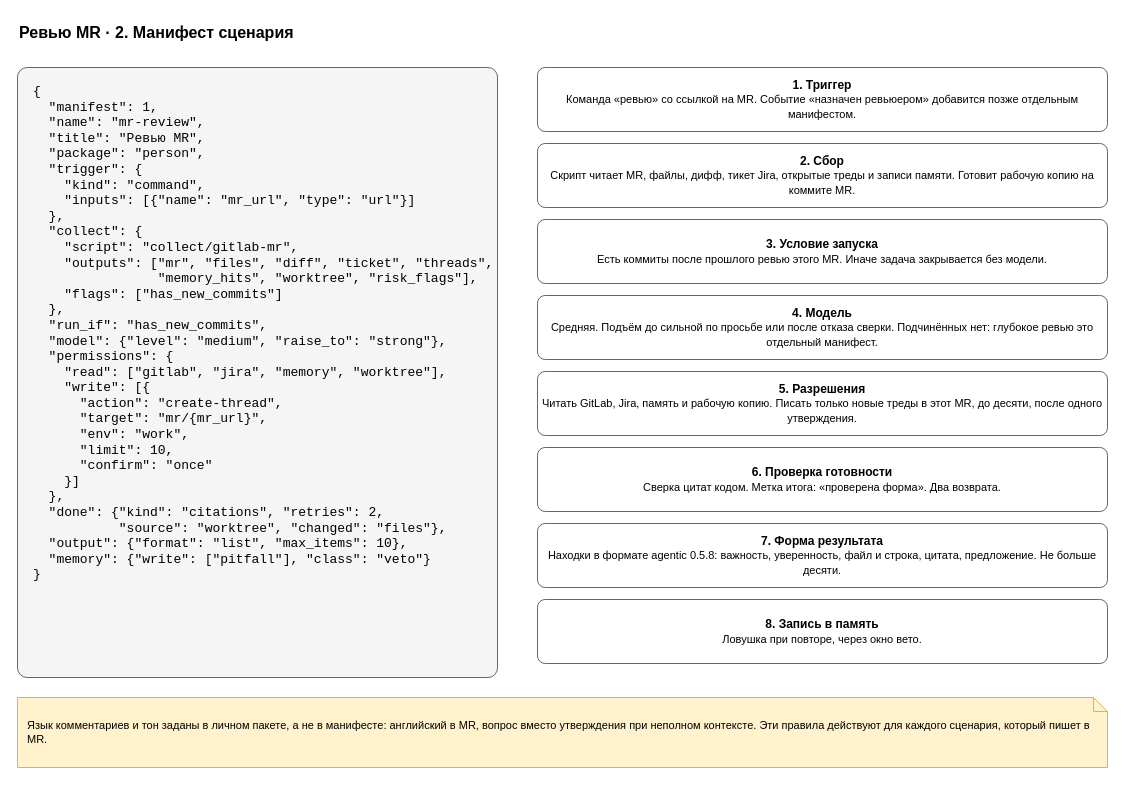
Above: page "2. Манифест" (2 of 7) of docs/spec/harness-instance-mr-review.drawio in roygkov/reins (draw.io), before the change. Source tidied: cells renumbered, new cells numbered last; positions are measured from the earlier drawing's top-left corner, leaving out a move shared by most shapes. Both pictures are drawn from the tidied source at 100%, with x=0, y=0 at pixel (17, 17).
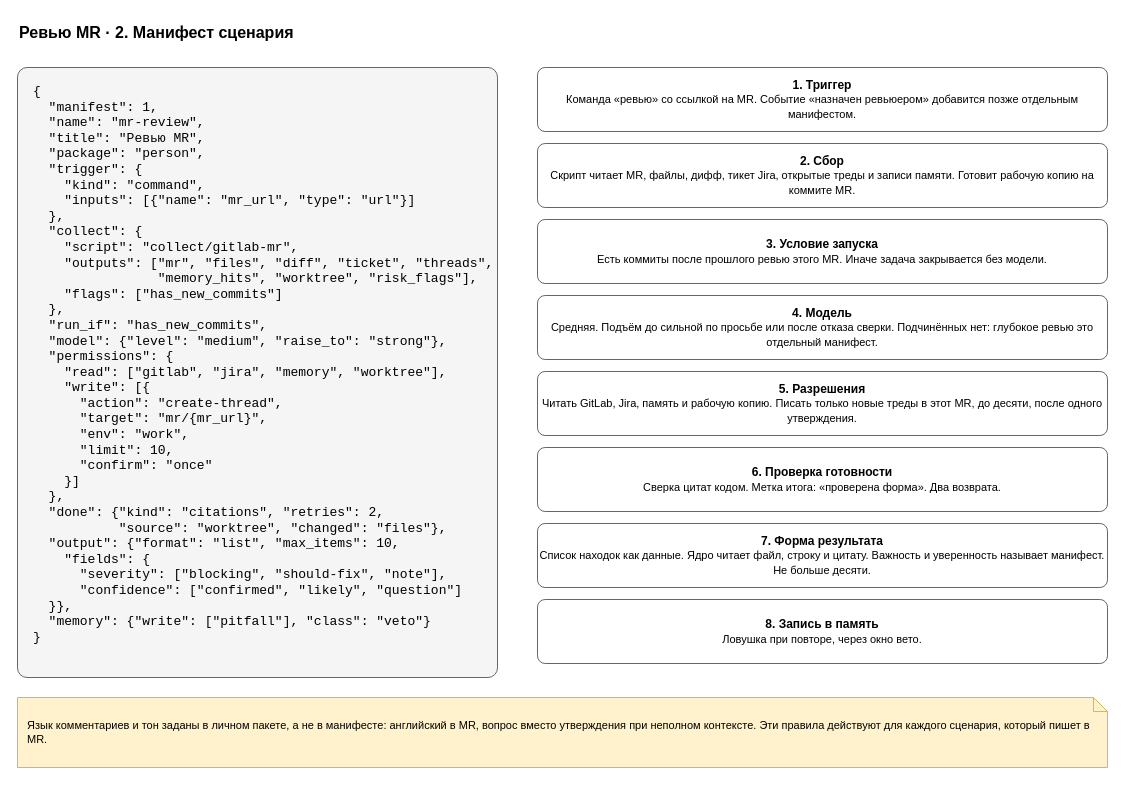
Above is the later version.

What changed in the source:
```diff
@@
 <mxGraphModel>
   <root>
     <mxCell id="0" />
     <mxCell id="1" parent="0" />
     <mxCell id="2" value="Ревью MR · 2. Манифест сценария" style="text;html=1;align=left;verticalAlign=middle;whiteSpace=wrap;fontSize=16;strokeColor=none;fillColor=none;fontStyle=1;" parent="1" vertex="1">
       <mxGeometry width="900" height="30" as="geometry" />
     </mxCell>
-    <mxCell id="3" value="{&lt;br&gt;&amp;nbsp;&amp;nbsp;&quot;manifest&quot;:&amp;nbsp;1,&lt;br&gt;&amp;nbsp;&amp;nbsp;&quot;name&quot;:&amp;nbsp;&quot;mr-review&quot;,&lt;br&gt;&amp;nbsp;&amp;nbsp;&quot;title&quot;:&amp;nbsp;&quot;Ревью&amp;nbsp;MR&quot;,&lt;br&gt;&amp;nbsp;&amp;nbsp;&quot;package&quot;:&amp;nbsp;&quot;person&quot;,&lt;br&gt;&amp;nbsp;&amp;nbsp;&quot;trigger&quot;:&amp;nbsp;{&lt;br&gt;&amp;nbsp;&amp;nbsp;&amp;nbsp;&amp;nbsp;&quot;kind&quot;:&amp;nbsp;&quot;command&quot;,&lt;br&gt;&amp;nbsp;&amp;nbsp;&amp;nbsp;&amp;nbsp;&quot;inputs&quot;:&amp;nbsp;[{&quot;name&quot;:&amp;nbsp;&quot;mr_url&quot;,&amp;nbsp;&quot;type&quot;:&amp;nbsp;&quot;url&quot;}]&lt;br&gt;&amp;nbsp;&amp;nbsp;},&lt;br&gt;&amp;nbsp;&amp;nbsp;&quot;collect&quot;:&amp;nbsp;{&lt;br&gt;&amp;nbsp;&amp;nbsp;&amp;nbsp;&amp;nbsp;&quot;script&quot;:&amp;nbsp;&quot;collect/gitlab-mr&quot;,&lt;br&gt;&amp;nbsp;&amp;nbsp;&amp;nbsp;&amp;nbsp;&quot;outputs&quot;:&amp;nbsp;[&quot;mr&quot;,&amp;nbsp;&quot;files&quot;,&amp;nbsp;&quot;diff&quot;,&amp;nbsp;&quot;ticket&quot;,&amp;nbsp;&quot;threads&quot;,&lt;br&gt;&amp;nbsp;&amp;nbsp;&amp;nbsp;&amp;nbsp;&amp;nbsp;&amp;nbsp;&amp;nbsp;&amp;nbsp;&amp;nbsp;&amp;nbsp;&amp;nbsp;&amp;nbsp;&amp;nbsp;&amp;nbsp;&amp;nbsp;&amp;nbsp;&quot;memory_hits&quot;,&amp;nbsp;&quot;worktree&quot;,&amp;nbsp;&quot;risk_flags&quot;],&lt;br&gt;&amp;nbsp;&amp;nbsp;&amp;nbsp;&amp;nbsp;&quot;flags&quot;:&amp;nbsp;[&quot;has_new_commits&quot;]&lt;br&gt;&amp;nbsp;&amp;nbsp;},&lt;br&gt;&amp;nbsp;&amp;nbsp;&quot;run_if&quot;:&amp;nbsp;&quot;has_new_commits&quot;,&lt;br&gt;&amp;nbsp;&amp;nbsp;&quot;model&quot;:&amp;nbsp;{&quot;level&quot;:&amp;nbsp;&quot;medium&quot;,&amp;nbsp;&quot;raise_to&quot;:&amp;nbsp;&quot;strong&quot;},&lt;br&gt;&amp;nbsp;&amp;nbsp;&quot;permissions&quot;:&amp;nbsp;{&lt;br&gt;&amp;nbsp;&amp;nbsp;&amp;nbsp;&amp;nbsp;&quot;read&quot;:&amp;nbsp;[&quot;gitlab&quot;,&amp;nbsp;&quot;jira&quot;,&amp;nbsp;&quot;memory&quot;,&amp;nbsp;&quot;worktree&quot;],&lt;br&gt;&amp;nbsp;&amp;nbsp;&amp;nbsp;&amp;nbsp;&quot;write&quot;:&amp;nbsp;[{&lt;br&gt;&amp;nbsp;&amp;nbsp;&amp;nbsp;&amp;nbsp;&amp;nbsp;&amp;nbsp;&quot;action&quot;:&amp;nbsp;&quot;create-thread&quot;,&lt;br&gt;&amp;nbsp;&amp;nbsp;&amp;nbsp;&amp;nbsp;&amp;nbsp;&amp;nbsp;&quot;target&quot;:&amp;nbsp;&quot;mr/{mr_url}&quot;,&lt;br&gt;&amp;nbsp;&amp;nbsp;&amp;nbsp;&amp;nbsp;&amp;nbsp;&amp;nbsp;&quot;env&quot;:&amp;nbsp;&quot;work&quot;,&lt;br&gt;&amp;nbsp;&amp;nbsp;&amp;nbsp;&amp;nbsp;&amp;nbsp;&amp;nbsp;&quot;limit&quot;:&amp;nbsp;10,&lt;br&gt;&amp;nbsp;&amp;nbsp;&amp;nbsp;&amp;nbsp;&amp;nbsp;&amp;nbsp;&quot;confirm&quot;:&amp;nbsp;&quot;once&quot;&lt;br&gt;&amp;nbsp;&amp;nbsp;&amp;nbsp;&amp;nbsp;}]&lt;br&gt;&amp;nbsp;&amp;nbsp;},&lt;br&gt;&amp;nbsp;&amp;nbsp;&quot;done&quot;:&amp;nbsp;{&quot;kind&quot;:&amp;nbsp;&quot;citations&quot;,&amp;nbsp;&quot;retries&quot;:&amp;nbsp;2,&lt;br&gt;&amp;nbsp;&amp;nbsp;&amp;nbsp;&amp;nbsp;&amp;nbsp;&amp;nbsp;&amp;nbsp;&amp;nbsp;&amp;nbsp;&amp;nbsp;&amp;nbsp;&quot;source&quot;:&amp;nbsp;&quot;worktree&quot;,&amp;nbsp;&quot;changed&quot;:&amp;nbsp;&quot;files&quot;},&lt;br&gt;&amp;nbsp;&amp;nbsp;&quot;output&quot;:&amp;nbsp;{&quot;format&quot;:&amp;nbsp;&quot;list&quot;,&amp;nbsp;&quot;max_items&quot;:&amp;nbsp;10},&lt;br&gt;&amp;nbsp;&amp;nbsp;&quot;memory&quot;:&amp;nbsp;{&quot;write&quot;:&amp;nbsp;[&quot;pitfall&quot;],&amp;nbsp;&quot;class&quot;:&amp;nbsp;&quot;veto&quot;}&lt;br&gt;}" style="rounded=1;whiteSpace=wrap;html=1;fillColor=#f5f5f5;strokeColor=#666666;arcSize=2;align=left;verticalAlign=top;spacingLeft=14;spacingTop=10;fontFamily=Courier New;fontSize=13;" parent="1" vertex="1">
+    <mxCell id="3" value="{&lt;br&gt;&amp;nbsp;&amp;nbsp;&quot;manifest&quot;:&amp;nbsp;1,&lt;br&gt;&amp;nbsp;&amp;nbsp;&quot;name&quot;:&amp;nbsp;&quot;mr-review&quot;,&lt;br&gt;&amp;nbsp;&amp;nbsp;&quot;title&quot;:&amp;nbsp;&quot;Ревью&amp;nbsp;MR&quot;,&lt;br&gt;&amp;nbsp;&amp;nbsp;&quot;package&quot;:&amp;nbsp;&quot;person&quot;,&lt;br&gt;&amp;nbsp;&amp;nbsp;&quot;trigger&quot;:&amp;nbsp;{&lt;br&gt;&amp;nbsp;&amp;nbsp;&amp;nbsp;&amp;nbsp;&quot;kind&quot;:&amp;nbsp;&quot;command&quot;,&lt;br&gt;&amp;nbsp;&amp;nbsp;&amp;nbsp;&amp;nbsp;&quot;inputs&quot;:&amp;nbsp;[{&quot;name&quot;:&amp;nbsp;&quot;mr_url&quot;,&amp;nbsp;&quot;type&quot;:&amp;nbsp;&quot;url&quot;}]&lt;br&gt;&amp;nbsp;&amp;nbsp;},&lt;br&gt;&amp;nbsp;&amp;nbsp;&quot;collect&quot;:&amp;nbsp;{&lt;br&gt;&amp;nbsp;&amp;nbsp;&amp;nbsp;&amp;nbsp;&quot;script&quot;:&amp;nbsp;&quot;collect/gitlab-mr&quot;,&lt;br&gt;&amp;nbsp;&amp;nbsp;&amp;nbsp;&amp;nbsp;&quot;outputs&quot;:&amp;nbsp;[&quot;mr&quot;,&amp;nbsp;&quot;files&quot;,&amp;nbsp;&quot;diff&quot;,&amp;nbsp;&quot;ticket&quot;,&amp;nbsp;&quot;threads&quot;,&lt;br&gt;&amp;nbsp;&amp;nbsp;&amp;nbsp;&amp;nbsp;&amp;nbsp;&amp;nbsp;&amp;nbsp;&amp;nbsp;&amp;nbsp;&amp;nbsp;&amp;nbsp;&amp;nbsp;&amp;nbsp;&amp;nbsp;&amp;nbsp;&amp;nbsp;&quot;memory_hits&quot;,&amp;nbsp;&quot;worktree&quot;,&amp;nbsp;&quot;risk_flags&quot;],&lt;br&gt;&amp;nbsp;&amp;nbsp;&amp;nbsp;&amp;nbsp;&quot;flags&quot;:&amp;nbsp;[&quot;has_new_commits&quot;]&lt;br&gt;&amp;nbsp;&amp;nbsp;},&lt;br&gt;&amp;nbsp;&amp;nbsp;&quot;run_if&quot;:&amp;nbsp;&quot;has_new_commits&quot;,&lt;br&gt;&amp;nbsp;&amp;nbsp;&quot;model&quot;:&amp;nbsp;{&quot;level&quot;:&amp;nbsp;&quot;medium&quot;,&amp;nbsp;&quot;raise_to&quot;:&amp;nbsp;&quot;strong&quot;},&lt;br&gt;&amp;nbsp;&amp;nbsp;&quot;permissions&quot;:&amp;nbsp;{&lt;br&gt;&amp;nbsp;&amp;nbsp;&amp;nbsp;&amp;nbsp;&quot;read&quot;:&amp;nbsp;[&quot;gitlab&quot;,&amp;nbsp;&quot;jira&quot;,&amp;nbsp;&quot;memory&quot;,&amp;nbsp;&quot;worktree&quot;],&lt;br&gt;&amp;nbsp;&amp;nbsp;&amp;nbsp;&amp;nbsp;&quot;write&quot;:&amp;nbsp;[{&lt;br&gt;&amp;nbsp;&amp;nbsp;&amp;nbsp;&amp;nbsp;&amp;nbsp;&amp;nbsp;&quot;action&quot;:&amp;nbsp;&quot;create-thread&quot;,&lt;br&gt;&amp;nbsp;&amp;nbsp;&amp;nbsp;&amp;nbsp;&amp;nbsp;&amp;nbsp;&quot;target&quot;:&amp;nbsp;&quot;mr/{mr_url}&quot;,&lt;br&gt;&amp;nbsp;&amp;nbsp;&amp;nbsp;&amp;nbsp;&amp;nbsp;&amp;nbsp;&quot;env&quot;:&amp;nbsp;&quot;work&quot;,&lt;br&gt;&amp;nbsp;&amp;nbsp;&amp;nbsp;&amp;nbsp;&amp;nbsp;&amp;nbsp;&quot;limit&quot;:&amp;nbsp;10,&lt;br&gt;&amp;nbsp;&amp;nbsp;&amp;nbsp;&amp;nbsp;&amp;nbsp;&amp;nbsp;&quot;confirm&quot;:&amp;nbsp;&quot;once&quot;&lt;br&gt;&amp;nbsp;&amp;nbsp;&amp;nbsp;&amp;nbsp;}]&lt;br&gt;&amp;nbsp;&amp;nbsp;},&lt;br&gt;&amp;nbsp;&amp;nbsp;&quot;done&quot;:&amp;nbsp;{&quot;kind&quot;:&amp;nbsp;&quot;citations&quot;,&amp;nbsp;&quot;retries&quot;:&amp;nbsp;2,&lt;br&gt;&amp;nbsp;&amp;nbsp;&amp;nbsp;&amp;nbsp;&amp;nbsp;&amp;nbsp;&amp;nbsp;&amp;nbsp;&amp;nbsp;&amp;nbsp;&amp;nbsp;&quot;source&quot;:&amp;nbsp;&quot;worktree&quot;,&amp;nbsp;&quot;changed&quot;:&amp;nbsp;&quot;files&quot;},&lt;br&gt;&amp;nbsp;&amp;nbsp;&quot;output&quot;:&amp;nbsp;{&quot;format&quot;:&amp;nbsp;&quot;list&quot;,&amp;nbsp;&quot;max_items&quot;:&amp;nbsp;10,&lt;br&gt;&amp;nbsp;&amp;nbsp;&amp;nbsp;&amp;nbsp;&quot;fields&quot;:&amp;nbsp;{&lt;br&gt;&amp;nbsp;&amp;nbsp;&amp;nbsp;&amp;nbsp;&amp;nbsp;&amp;nbsp;&quot;severity&quot;:&amp;nbsp;[&quot;blocking&quot;,&amp;nbsp;&quot;should-fix&quot;,&amp;nbsp;&quot;note&quot;],&lt;br&gt;&amp;nbsp;&amp;nbsp;&amp;nbsp;&amp;nbsp;&amp;nbsp;&amp;nbsp;&quot;confidence&quot;:&amp;nbsp;[&quot;confirmed&quot;,&amp;nbsp;&quot;likely&quot;,&amp;nbsp;&quot;question&quot;]&lt;br&gt;&amp;nbsp;&amp;nbsp;}},&lt;br&gt;&amp;nbsp;&amp;nbsp;&quot;memory&quot;:&amp;nbsp;{&quot;write&quot;:&amp;nbsp;[&quot;pitfall&quot;],&amp;nbsp;&quot;class&quot;:&amp;nbsp;&quot;veto&quot;}&lt;br&gt;}" style="rounded=1;whiteSpace=wrap;html=1;fillColor=#f5f5f5;strokeColor=#666666;arcSize=2;align=left;verticalAlign=top;spacingLeft=14;spacingTop=10;fontFamily=Courier New;fontSize=13;" parent="1" vertex="1">
       <mxGeometry y="50" width="480" height="610" as="geometry" />
     </mxCell>
     <mxCell id="4" value="&lt;b&gt;1. Триггер&lt;/b&gt;&lt;br&gt;&lt;font style=&quot;font-size:11px&quot;&gt;Команда «ревью» со ссылкой на MR. Событие «назначен ревьюером» добавится позже отдельным манифестом.&lt;/font&gt;" style="rounded=1;whiteSpace=wrap;html=1;fillColor=#ffffff;strokeColor=#666666;arcSize=12;" parent="1" vertex="1">
       <mxGeometry x="520" y="50" width="570" height="64" as="geometry" />
     </mxCell>
     <mxCell id="5" value="&lt;b&gt;2. Сбор&lt;/b&gt;&lt;br&gt;&lt;font style=&quot;font-size:11px&quot;&gt;Скрипт читает MR, файлы, дифф, тикет Jira, открытые треды и записи памяти. Готовит рабочую копию на коммите MR.&lt;/font&gt;" style="rounded=1;whiteSpace=wrap;html=1;fillColor=#ffffff;strokeColor=#666666;arcSize=12;" parent="1" vertex="1">
       <mxGeometry x="520" y="126" width="570" height="64" as="geometry" />
     </mxCell>
     <mxCell id="6" value="&lt;b&gt;3. Условие запуска&lt;/b&gt;&lt;br&gt;&lt;font style=&quot;font-size:11px&quot;&gt;Есть коммиты после прошлого ревью этого MR. Иначе задача закрывается без модели.&lt;/font&gt;" style="rounded=1;whiteSpace=wrap;html=1;fillColor=#ffffff;strokeColor=#666666;arcSize=12;" parent="1" vertex="1">
       <mxGeometry x="520" y="202" width="570" height="64" as="geometry" />
     </mxCell>
     <mxCell id="7" value="&lt;b&gt;4. Модель&lt;/b&gt;&lt;br&gt;&lt;font style=&quot;font-size:11px&quot;&gt;Средняя. Подъём до сильной по просьбе или после отказа сверки. Подчинённых нет: глубокое ревью это отдельный манифест.&lt;/font&gt;" style="rounded=1;whiteSpace=wrap;html=1;fillColor=#ffffff;strokeColor=#666666;arcSize=12;" parent="1" vertex="1">
       <mxGeometry x="520" y="278" width="570" height="64" as="geometry" />
     </mxCell>
     <mxCell id="8" value="&lt;b&gt;5. Разрешения&lt;/b&gt;&lt;br&gt;&lt;font style=&quot;font-size:11px&quot;&gt;Читать GitLab, Jira, память и рабочую копию. Писать только новые треды в этот MR, до десяти, после одного утверждения.&lt;/font&gt;" style="rounded=1;whiteSpace=wrap;html=1;fillColor=#ffffff;strokeColor=#666666;arcSize=12;" parent="1" vertex="1">
       <mxGeometry x="520" y="354" width="570" height="64" as="geometry" />
     </mxCell>
     <mxCell id="9" value="&lt;b&gt;6. Проверка готовности&lt;/b&gt;&lt;br&gt;&lt;font style=&quot;font-size:11px&quot;&gt;Сверка цитат кодом. Метка итога: «проверена форма». Два возврата.&lt;/font&gt;" style="rounded=1;whiteSpace=wrap;html=1;fillColor=#ffffff;strokeColor=#666666;arcSize=12;" parent="1" vertex="1">
       <mxGeometry x="520" y="430" width="570" height="64" as="geometry" />
     </mxCell>
-    <mxCell id="10" value="&lt;b&gt;7. Форма результата&lt;/b&gt;&lt;br&gt;&lt;font style=&quot;font-size:11px&quot;&gt;Находки в формате agentic 0.5.8: важность, уверенность, файл и строка, цитата, предложение. Не больше десяти.&lt;/font&gt;" style="rounded=1;whiteSpace=wrap;html=1;fillColor=#ffffff;strokeColor=#666666;arcSize=12;" parent="1" vertex="1">
+    <mxCell id="10" value="&lt;b&gt;7. Форма результата&lt;/b&gt;&lt;br&gt;&lt;font style=&quot;font-size:11px&quot;&gt;Список находок как данные. Ядро читает файл, строку и цитату. Важность и уверенность называет манифест. Не больше десяти.&lt;/font&gt;" style="rounded=1;whiteSpace=wrap;html=1;fillColor=#ffffff;strokeColor=#666666;arcSize=12;" parent="1" vertex="1">
       <mxGeometry x="520" y="506" width="570" height="64" as="geometry" />
     </mxCell>
     <mxCell id="11" value="&lt;b&gt;8. Запись в память&lt;/b&gt;&lt;br&gt;&lt;font style=&quot;font-size:11px&quot;&gt;Ловушка при повторе, через окно вето.&lt;/font&gt;" style="rounded=1;whiteSpace=wrap;html=1;fillColor=#ffffff;strokeColor=#666666;arcSize=12;" parent="1" vertex="1">
       <mxGeometry x="520" y="582" width="570" height="64" as="geometry" />
     </mxCell>
     <mxCell id="12" value="Язык комментариев и тон заданы в личном пакете, а не в манифесте: английский в MR, вопрос вместо утверждения при неполном контексте. Эти правила действуют для каждого сценария, который пишет в MR." style="shape=note;whiteSpace=wrap;html=1;backgroundOutline=1;size=14;fillColor=#fff2cc;strokeColor=#d6b656;align=left;spacingLeft=8;spacingRight=8;fontSize=11;" parent="1" vertex="1">
       <mxGeometry y="680" width="1090" height="70" as="geometry" />
     </mxCell>
   </root>
 </mxGraphModel>
```
